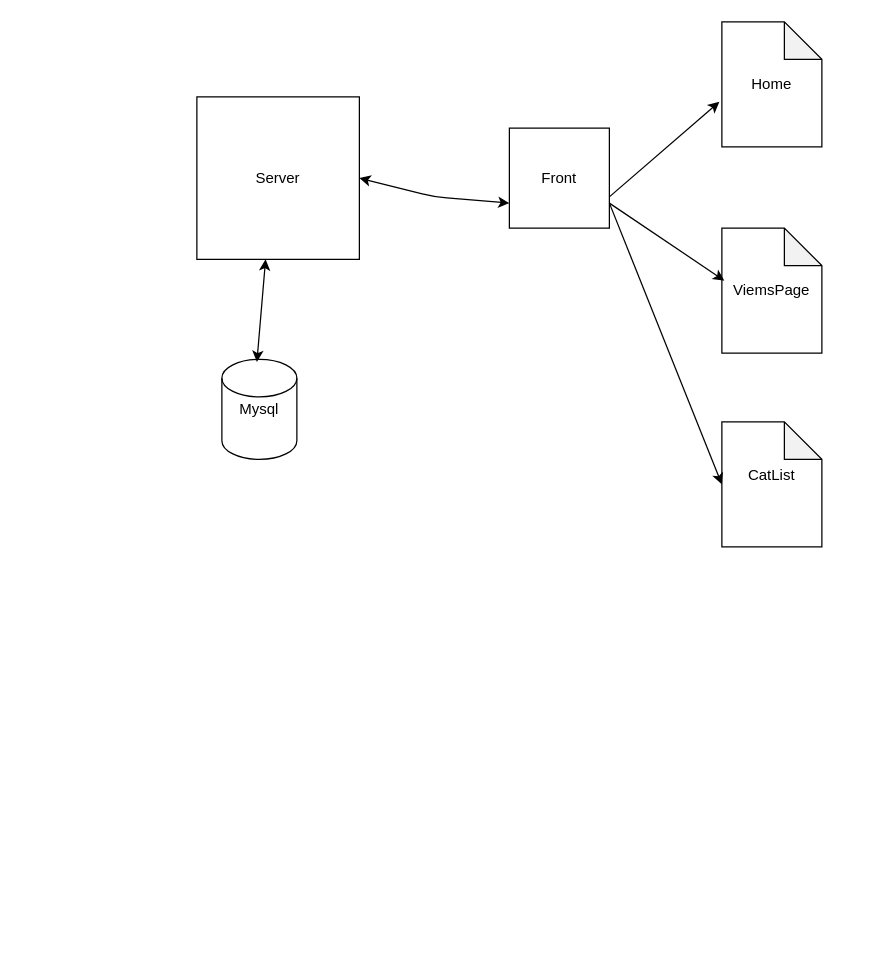
Earlier version of the draw.io diagram FilmsSite.drawio (BKarpow/FilmsSite). Source tidied: cells renumbered, new cells numbered last; positions are measured from the earlier drawing's top-left corner, leaving out a move shared by most shapes. Both pictures are drawn from the tidied source at 125%, with x=0, y=0 at pixel (196, 21).
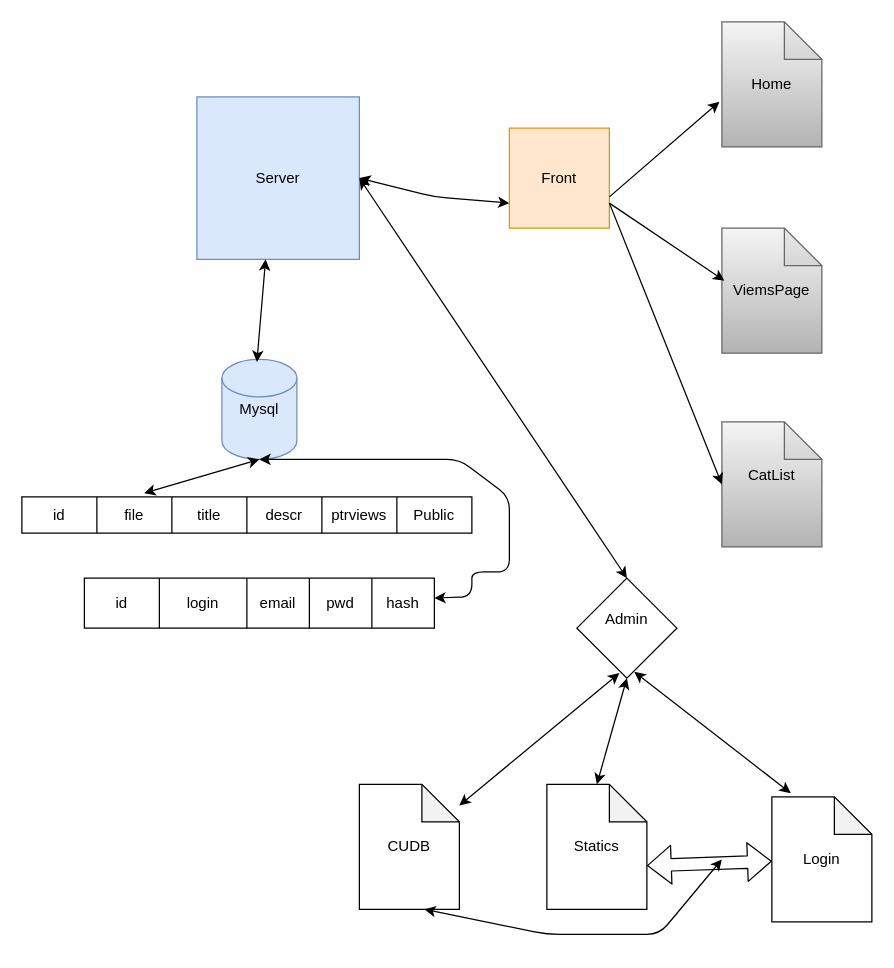
The same diagram, later.

The edit, as a diff of the source:
```diff
@@
-    <mxCell id="2" value="Server" style="whiteSpace=wrap;html=1;" parent="1" vertex="1">
+    <mxCell id="2" value="Server" style="whiteSpace=wrap;html=1;fillColor=#dae8fc;strokeColor=#6c8ebf;" parent="1" vertex="1">
       <mxGeometry y="60" width="130" height="130" as="geometry" />
     </mxCell>
-    <mxCell id="3" value="Front" style="whiteSpace=wrap;html=1;" parent="1" vertex="1">
+    <mxCell id="3" value="Front" style="whiteSpace=wrap;html=1;fillColor=#ffe6cc;strokeColor=#d79b00;" parent="1" vertex="1">
       <mxGeometry x="250" y="85" width="80" height="80" as="geometry" />
     </mxCell>
@@
-    <mxCell id="5" value="Home" style="shape=note;whiteSpace=wrap;html=1;backgroundOutline=1;darkOpacity=0.05;" parent="1" vertex="1">
+    <mxCell id="5" value="Home" style="shape=note;whiteSpace=wrap;html=1;backgroundOutline=1;darkOpacity=0.05;gradientColor=#b3b3b3;fillColor=#f5f5f5;strokeColor=#666666;" parent="1" vertex="1">
       <mxGeometry x="420" width="80" height="100" as="geometry" />
     </mxCell>
-    <mxCell id="6" value="ViemsPage" style="shape=note;whiteSpace=wrap;html=1;backgroundOutline=1;darkOpacity=0.05;" parent="1" vertex="1">
+    <mxCell id="6" value="ViemsPage" style="shape=note;whiteSpace=wrap;html=1;backgroundOutline=1;darkOpacity=0.05;gradientColor=#b3b3b3;fillColor=#f5f5f5;strokeColor=#666666;" parent="1" vertex="1">
       <mxGeometry x="420" y="165" width="80" height="100" as="geometry" />
     </mxCell>
-    <mxCell id="7" value="&lt;div&gt;CatList&lt;/div&gt;&lt;div&gt;&lt;br&gt;&lt;/div&gt;" style="shape=note;whiteSpace=wrap;html=1;backgroundOutline=1;darkOpacity=0.05;" parent="1" vertex="1">
+    <mxCell id="7" value="&lt;div&gt;CatList&lt;/div&gt;&lt;div&gt;&lt;br&gt;&lt;/div&gt;" style="shape=note;whiteSpace=wrap;html=1;backgroundOutline=1;darkOpacity=0.05;gradientColor=#b3b3b3;fillColor=#f5f5f5;strokeColor=#666666;" parent="1" vertex="1">
       <mxGeometry x="420" y="320" width="80" height="100" as="geometry" />
     </mxCell>
@@
-    <mxCell id="11" value="Mysql" style="shape=cylinder2;whiteSpace=wrap;html=1;boundedLbl=1;backgroundOutline=1;size=15;" parent="1" vertex="1">
+    <mxCell id="11" value="Mysql" style="shape=cylinder2;whiteSpace=wrap;html=1;boundedLbl=1;backgroundOutline=1;size=15;fillColor=#dae8fc;strokeColor=#6c8ebf;" parent="1" vertex="1">
       <mxGeometry x="20" y="270" width="60" height="80" as="geometry" />
     </mxCell>
@@
+    <mxCell id="13" style="endArrow=classic;startArrow=classic;html=1;entryX=0.5;entryY=1;entryDx=0;entryDy=0;entryPerimeter=0;exitX=0.272;exitY=-0.103;exitDx=0;exitDy=0;exitPerimeter=0;" parent="1" edge="1" source="17" target="11">
+      <mxGeometry relative="1" as="geometry" />
+    </mxCell>
+    <mxCell id="14" value="&lt;div&gt;Admin&lt;/div&gt;&lt;div&gt;&lt;br&gt;&lt;/div&gt;" style="rhombus;whiteSpace=wrap;html=1;" parent="1" vertex="1">
+      <mxGeometry x="304" y="445" width="80" height="80" as="geometry" />
+    </mxCell>
+    <mxCell id="15" style="endArrow=classic;startArrow=classic;html=1;exitX=1;exitY=0.5;exitDx=0;exitDy=0;entryX=0.5;entryY=0;entryDx=0;entryDy=0;" parent="1" edge="1" source="2" target="14">
+      <mxGeometry relative="1" as="geometry" />
+    </mxCell>
+    <mxCell id="16" style="shape=table;html=1;whiteSpace=wrap;startSize=0;childLayout=tableLayout;" parent="1" vertex="1">
+      <mxGeometry x="-140" y="380" width="360" height="29" as="geometry" />
+    </mxCell>
+    <mxCell id="17" style="shape=partialRectangle;html=1;whiteSpace=wrap;fillColor=none;top=0;left=0;bottom=0;right=0;points=[[0,0.5],[1,0.5]];portConstraint=eastwest;" parent="16" vertex="1">
+      <mxGeometry width="360" height="29" as="geometry" />
+    </mxCell>
+    <mxCell id="18" value="id" style="shape=partialRectangle;html=1;whiteSpace=wrap;fillColor=none;top=0;left=0;bottom=0;right=0;overflow=hidden;" parent="17" vertex="1">
+      <mxGeometry width="60" height="29" as="geometry" />
+    </mxCell>
+    <mxCell id="19" value="file" style="shape=partialRectangle;html=1;whiteSpace=wrap;fillColor=none;top=0;left=0;bottom=0;right=0;overflow=hidden;" parent="17" vertex="1">
+      <mxGeometry x="60" width="60" height="29" as="geometry" />
+    </mxCell>
+    <mxCell id="20" value="title" style="shape=partialRectangle;html=1;whiteSpace=wrap;fillColor=none;top=0;left=0;bottom=0;right=0;overflow=hidden;" parent="17" vertex="1">
+      <mxGeometry x="120" width="60" height="29" as="geometry" />
+    </mxCell>
+    <mxCell id="21" value="descr" style="shape=partialRectangle;html=1;whiteSpace=wrap;fillColor=none;top=0;left=0;bottom=0;right=0;overflow=hidden;" parent="17" vertex="1">
+      <mxGeometry x="180" width="60" height="29" as="geometry" />
+    </mxCell>
+    <mxCell id="22" value="ptrviews" style="shape=partialRectangle;html=1;whiteSpace=wrap;fillColor=none;top=0;left=0;bottom=0;right=0;overflow=hidden;" parent="17" vertex="1">
+      <mxGeometry x="240" width="60" height="29" as="geometry" />
+    </mxCell>
+    <mxCell id="23" value="Public" style="shape=partialRectangle;html=1;whiteSpace=wrap;fillColor=none;top=0;left=0;bottom=0;right=0;overflow=hidden;" parent="17" vertex="1">
+      <mxGeometry x="300" width="60" height="29" as="geometry" />
+    </mxCell>
+    <mxCell id="24" value="CUDB" style="shape=note;whiteSpace=wrap;html=1;backgroundOutline=1;darkOpacity=0.05;" parent="1" vertex="1">
+      <mxGeometry x="130" y="610" width="80" height="100" as="geometry" />
+    </mxCell>
+    <mxCell id="25" value="Statics" style="shape=note;whiteSpace=wrap;html=1;backgroundOutline=1;darkOpacity=0.05;" parent="1" vertex="1">
+      <mxGeometry x="280" y="610" width="80" height="100" as="geometry" />
+    </mxCell>
+    <mxCell id="26" value="Login" style="shape=note;whiteSpace=wrap;html=1;backgroundOutline=1;darkOpacity=0.05;" parent="1" vertex="1">
+      <mxGeometry x="460" y="620" width="80" height="100" as="geometry" />
+    </mxCell>
+    <mxCell id="27" style="endArrow=classic;startArrow=classic;html=1;exitX=0.188;exitY=-0.03;exitDx=0;exitDy=0;exitPerimeter=0;" parent="1" edge="1" source="26">
+      <mxGeometry relative="1" as="geometry">
+        <mxPoint x="350" y="520" as="targetPoint" />
+      </mxGeometry>
+    </mxCell>
+    <mxCell id="28" style="shape=flexArrow;endArrow=classic;startArrow=classic;html=1;exitX=0;exitY=0;exitDx=80;exitDy=65;exitPerimeter=0;" parent="1" edge="1" source="25" target="26">
+      <mxGeometry relative="1" as="geometry" />
+    </mxCell>
+    <mxCell id="29" style="endArrow=classic;startArrow=classic;html=1;entryX=0.5;entryY=1;entryDx=0;entryDy=0;exitX=0.5;exitY=0;exitDx=0;exitDy=0;exitPerimeter=0;" parent="1" edge="1" source="25" target="14">
+      <mxGeometry relative="1" as="geometry" />
+    </mxCell>
+    <mxCell id="30" style="endArrow=classic;startArrow=classic;html=1;exitX=0.65;exitY=1;exitDx=0;exitDy=0;exitPerimeter=0;" parent="1" edge="1" source="24">
+      <mxGeometry relative="1" as="geometry">
+        <mxPoint x="420" y="670" as="targetPoint" />
+        <Array as="points">
+          <mxPoint x="280" y="730" />
+          <mxPoint x="370" y="730" />
+        </Array>
+      </mxGeometry>
+    </mxCell>
+    <mxCell id="31" style="endArrow=classic;startArrow=classic;html=1;entryX=0.425;entryY=0.95;entryDx=0;entryDy=0;entryPerimeter=0;" parent="1" edge="1" source="24" target="14">
+      <mxGeometry relative="1" as="geometry" />
+    </mxCell>
+    <mxCell id="32" style="shape=table;html=1;whiteSpace=wrap;startSize=0;childLayout=tableLayout;" parent="1" vertex="1">
+      <mxGeometry x="-90" y="445" width="280" height="40" as="geometry" />
+    </mxCell>
+    <mxCell id="33" style="shape=partialRectangle;html=1;whiteSpace=wrap;fillColor=none;top=0;left=0;bottom=0;right=0;points=[[0,0.5],[1,0.5]];portConstraint=eastwest;" parent="32" vertex="1">
+      <mxGeometry width="280" height="40" as="geometry" />
+    </mxCell>
+    <mxCell id="34" value="id" style="shape=partialRectangle;html=1;whiteSpace=wrap;fillColor=none;top=0;left=0;bottom=0;right=0;overflow=hidden;" parent="33" vertex="1">
+      <mxGeometry width="60" height="40" as="geometry" />
+    </mxCell>
+    <mxCell id="35" value="login" style="shape=partialRectangle;html=1;whiteSpace=wrap;fillColor=none;top=0;left=0;bottom=0;right=0;overflow=hidden;" parent="33" vertex="1">
+      <mxGeometry x="60" width="70" height="40" as="geometry" />
+    </mxCell>
+    <mxCell id="36" value="email" style="shape=partialRectangle;html=1;whiteSpace=wrap;fillColor=none;top=0;left=0;bottom=0;right=0;overflow=hidden;" parent="33" vertex="1">
+      <mxGeometry x="130" width="50" height="40" as="geometry" />
+    </mxCell>
+    <mxCell id="37" value="pwd" style="shape=partialRectangle;html=1;whiteSpace=wrap;fillColor=none;top=0;left=0;bottom=0;right=0;overflow=hidden;" parent="33" vertex="1">
+      <mxGeometry x="180" width="50" height="40" as="geometry" />
+    </mxCell>
+    <mxCell id="38" value="hash" style="shape=partialRectangle;html=1;whiteSpace=wrap;fillColor=none;top=0;left=0;bottom=0;right=0;overflow=hidden;" parent="33" vertex="1">
+      <mxGeometry x="230" width="50" height="40" as="geometry" />
+    </mxCell>
+    <mxCell id="39" style="endArrow=classic;startArrow=classic;html=1;" parent="1" edge="1" source="33">
+      <mxGeometry relative="1" as="geometry">
+        <mxPoint x="50" y="350" as="targetPoint" />
+        <Array as="points">
+          <mxPoint x="220" y="460" />
+          <mxPoint x="220" y="440" />
+          <mxPoint x="250" y="440" />
+          <mxPoint x="250" y="380" />
+          <mxPoint x="210" y="350" />
+        </Array>
+      </mxGeometry>
+    </mxCell>
```
